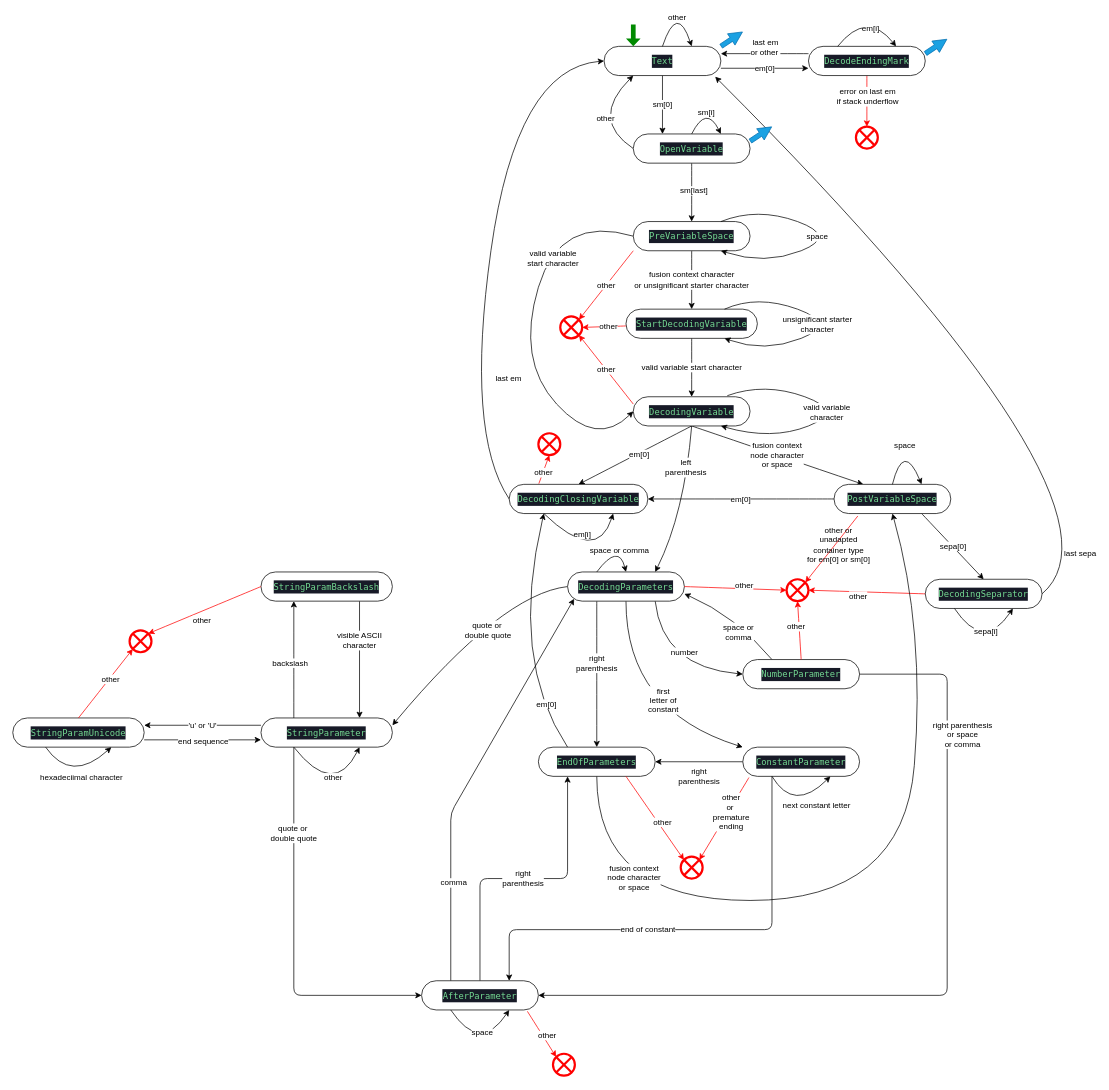
This is schemas/fusion-automat.drawio from BCASMART/foundation-ts, a draw.io file, before an edit. Source tidied: cells renumbered, new cells numbered last; positions are measured from the earlier drawing's top-left corner, leaving out a move shared by most shapes. Both pictures are drawn from the tidied source at 73%, with x=0, y=0 at pixel (12, 2).
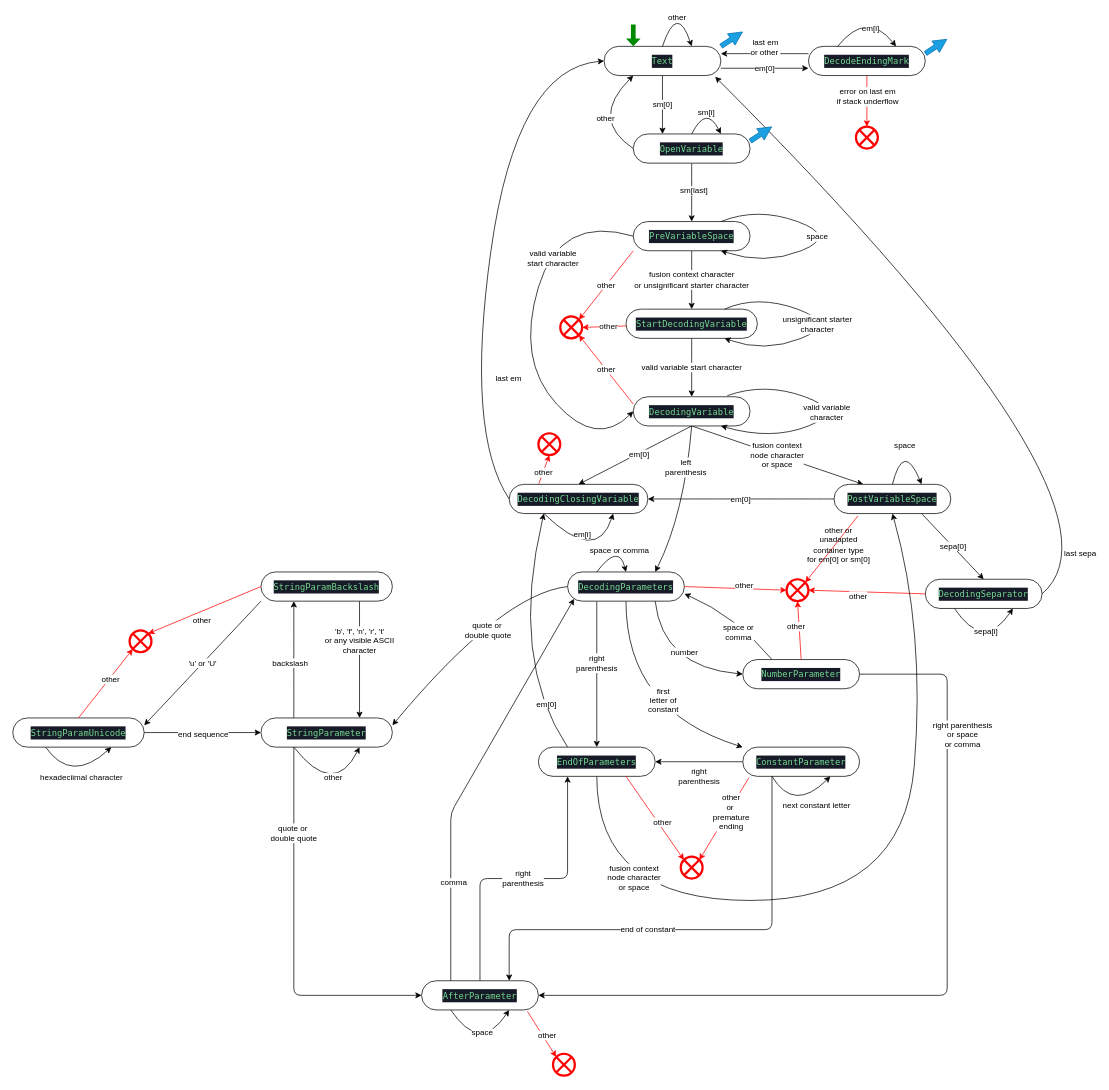
After the change.

The change refers to these unchanged cells:
```xml
<mxCell id="81" value="&lt;div style=&quot;color: rgb(229 , 229 , 229) ; background-color: rgb(23 , 26 , 39) ; font-family: &amp;#34;menlo&amp;#34; , &amp;#34;monaco&amp;#34; , &amp;#34;courier new&amp;#34; , monospace ; line-height: 18px&quot;&gt;&lt;span style=&quot;color: #74d992&quot;&gt;StringParameter&lt;/span&gt;&lt;/div&gt;" style="rounded=1;whiteSpace=wrap;html=1;arcSize=50;" parent="1" vertex="1">
  <mxGeometry x="340" y="980" width="180" height="40" as="geometry" />
</mxCell>
<mxCell id="111" style="edgeStyle=none;html=1;exitX=0.75;exitY=1;exitDx=0;exitDy=0;entryX=0.75;entryY=0;entryDx=0;entryDy=0;" parent="1" edge="1" source="113" target="81">
  <mxGeometry relative="1" as="geometry" />
</mxCell>
<mxCell id="113" value="&lt;div style=&quot;color: rgb(229 , 229 , 229) ; background-color: rgb(23 , 26 , 39) ; font-family: &amp;#34;menlo&amp;#34; , &amp;#34;monaco&amp;#34; , &amp;#34;courier new&amp;#34; , monospace ; line-height: 18px&quot;&gt;&lt;span style=&quot;color: #74d992&quot;&gt;StringParamBackslash&lt;/span&gt;&lt;/div&gt;" style="rounded=1;whiteSpace=wrap;html=1;arcSize=50;" parent="1" vertex="1">
  <mxGeometry x="340" y="780" width="180" height="40" as="geometry" />
</mxCell>
<mxCell id="129" value="&lt;div style=&quot;background-color: rgb(23 , 26 , 39) ; font-family: &amp;#34;menlo&amp;#34; , &amp;#34;monaco&amp;#34; , &amp;#34;courier new&amp;#34; , monospace ; line-height: 18px&quot;&gt;&lt;div style=&quot;color: rgb(229 , 229 , 229) ; font-family: &amp;#34;menlo&amp;#34; , &amp;#34;monaco&amp;#34; , &amp;#34;courier new&amp;#34; , monospace ; line-height: 18px&quot;&gt;&lt;span style=&quot;color: #74d992&quot;&gt;StringParamUnicode&lt;/span&gt;&lt;/div&gt;&lt;/div&gt;" style="rounded=1;whiteSpace=wrap;html=1;arcSize=50;" parent="1" vertex="1">
  <mxGeometry y="980" width="180" height="40" as="geometry" />
</mxCell>
```

Change to the diagram source:
```diff
@@
-    <mxCell id="80" value="'u' or 'U'" style="edgeStyle=none;html=1;exitX=0;exitY=0.25;exitDx=0;exitDy=0;entryX=1;entryY=0.25;entryDx=0;entryDy=0;" parent="1" edge="1" source="81" target="129">
+    <mxCell id="80" value="'u' or 'U'" style="edgeStyle=none;html=1;exitX=0;exitY=1;exitDx=0;exitDy=0;entryX=1;entryY=0.25;entryDx=0;entryDy=0;" parent="1" edge="1" source="113" target="129">
       <mxGeometry relative="1" as="geometry" />
     </mxCell>
@@
-    <mxCell id="112" value="visible ASCII&lt;br&gt;character" style="edgeLabel;html=1;align=center;verticalAlign=middle;" parent="111" vertex="1">
+    <mxCell id="112" value="'b', 'f', 'n', 'r', 't'&lt;br&gt;or any visible ASCII&lt;br&gt;character" style="edgeLabel;html=1;align=center;verticalAlign=middle;" parent="111" vertex="1">
       <mxGeometry x="-0.41" y="-1" relative="1" as="geometry">
         <mxPoint y="6" as="offset" />
       </mxGeometry>
     </mxCell>
@@
-    <mxCell id="127" style="edgeStyle=none;html=1;exitX=1;exitY=0.75;exitDx=0;exitDy=0;entryX=0;entryY=0.75;entryDx=0;entryDy=0;" parent="1" edge="1" source="129" target="81">
+    <mxCell id="127" style="edgeStyle=none;html=1;exitX=1;exitY=0.5;exitDx=0;exitDy=0;entryX=0;entryY=0.5;entryDx=0;entryDy=0;" parent="1" edge="1" source="129" target="81">
       <mxGeometry relative="1" as="geometry" />
     </mxCell>
```
